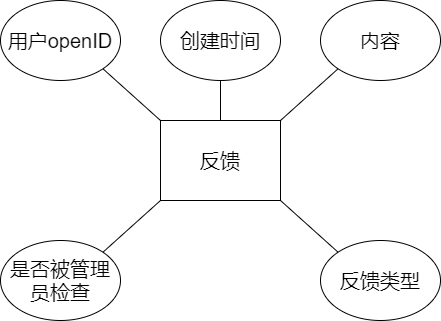
Before: database-er/table.feedback.drawio.png, a diagram exported from draw.io (Jater0/Graduation). Source tidied: cells renumbered, new cells last; positions are measured from the earlier drawing's top-left corner, leaving out a move shared by most shapes.
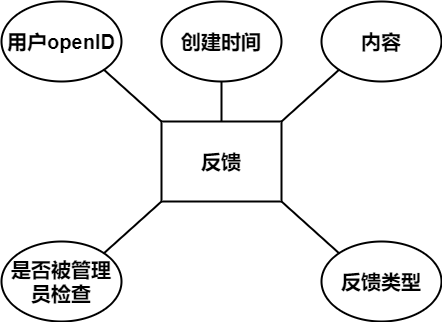
The same diagram one commit later.

Diff of the diagram source:
```diff
@@ -2,37 +2,37 @@
   <root>
     <mxCell id="0" />
     <mxCell id="1" parent="0" />
-    <mxCell id="2" value="反馈" style="rounded=0;whiteSpace=wrap;html=1;fontSize=20;" parent="1" vertex="1">
+    <mxCell id="2" value="反馈" style="rounded=0;whiteSpace=wrap;html=1;fontSize=20;fontStyle=1;strokeWidth=2;" parent="1" vertex="1">
       <mxGeometry x="160" y="120" width="120" height="80" as="geometry" />
     </mxCell>
-    <mxCell id="3" value="用户openID" style="ellipse;whiteSpace=wrap;html=1;fontSize=20;" parent="1" vertex="1">
+    <mxCell id="3" value="用户openID" style="ellipse;whiteSpace=wrap;html=1;fontSize=20;fontStyle=1;strokeWidth=2;" parent="1" vertex="1">
       <mxGeometry width="120" height="80" as="geometry" />
     </mxCell>
-    <mxCell id="4" value="内容" style="ellipse;whiteSpace=wrap;html=1;fontSize=20;" parent="1" vertex="1">
+    <mxCell id="4" value="内容" style="ellipse;whiteSpace=wrap;html=1;fontSize=20;fontStyle=1;strokeWidth=2;" parent="1" vertex="1">
       <mxGeometry x="320" width="120" height="80" as="geometry" />
     </mxCell>
-    <mxCell id="5" value="是否被管理员检查" style="ellipse;whiteSpace=wrap;html=1;fontSize=20;" parent="1" vertex="1">
+    <mxCell id="5" value="是否被管理员检查" style="ellipse;whiteSpace=wrap;html=1;fontSize=20;fontStyle=1;strokeWidth=2;" parent="1" vertex="1">
       <mxGeometry y="240" width="120" height="80" as="geometry" />
     </mxCell>
-    <mxCell id="6" style="endArrow=none;html=1;fontSize=20;entryX=0;entryY=1;entryDx=0;entryDy=0;exitX=1;exitY=0;exitDx=0;exitDy=0;" parent="1" edge="1" source="2" target="4">
+    <mxCell id="6" style="endArrow=none;html=1;fontSize=20;entryX=0;entryY=1;entryDx=0;entryDy=0;exitX=1;exitY=0;exitDx=0;exitDy=0;fontStyle=1;strokeWidth=2;" parent="1" edge="1" source="2" target="4">
       <mxGeometry relative="1" as="geometry" />
     </mxCell>
-    <mxCell id="7" style="endArrow=none;html=1;fontSize=20;entryX=0;entryY=1;entryDx=0;entryDy=0;exitX=1;exitY=0;exitDx=0;exitDy=0;" parent="1" edge="1" source="5" target="2">
+    <mxCell id="7" style="endArrow=none;html=1;fontSize=20;entryX=0;entryY=1;entryDx=0;entryDy=0;exitX=1;exitY=0;exitDx=0;exitDy=0;fontStyle=1;strokeWidth=2;" parent="1" edge="1" source="5" target="2">
       <mxGeometry relative="1" as="geometry" />
     </mxCell>
-    <mxCell id="8" style="endArrow=none;html=1;fontSize=20;entryX=1;entryY=1;entryDx=0;entryDy=0;exitX=0;exitY=0;exitDx=0;exitDy=0;" parent="1" edge="1" source="2" target="3">
+    <mxCell id="8" style="endArrow=none;html=1;fontSize=20;entryX=1;entryY=1;entryDx=0;entryDy=0;exitX=0;exitY=0;exitDx=0;exitDy=0;fontStyle=1;strokeWidth=2;" parent="1" edge="1" source="2" target="3">
       <mxGeometry relative="1" as="geometry" />
     </mxCell>
-    <mxCell id="9" value="反馈类型" style="ellipse;whiteSpace=wrap;html=1;fontSize=20;" parent="1" vertex="1">
+    <mxCell id="9" value="反馈类型" style="ellipse;whiteSpace=wrap;html=1;fontSize=20;fontStyle=1;strokeWidth=2;" parent="1" vertex="1">
       <mxGeometry x="320" y="240" width="120" height="80" as="geometry" />
     </mxCell>
-    <mxCell id="10" value="创建时间" style="ellipse;whiteSpace=wrap;html=1;fontSize=20;" parent="1" vertex="1">
+    <mxCell id="10" value="创建时间" style="ellipse;whiteSpace=wrap;html=1;fontSize=20;fontStyle=1;strokeWidth=2;" parent="1" vertex="1">
       <mxGeometry x="160" width="120" height="80" as="geometry" />
     </mxCell>
-    <mxCell id="11" style="endArrow=none;html=1;fontSize=20;entryX=0;entryY=0;entryDx=0;entryDy=0;exitX=1;exitY=1;exitDx=0;exitDy=0;" parent="1" edge="1" source="2" target="9">
+    <mxCell id="11" style="endArrow=none;html=1;fontSize=20;entryX=0;entryY=0;entryDx=0;entryDy=0;exitX=1;exitY=1;exitDx=0;exitDy=0;fontStyle=1;strokeWidth=2;" parent="1" edge="1" source="2" target="9">
       <mxGeometry relative="1" as="geometry" />
     </mxCell>
-    <mxCell id="12" style="endArrow=none;html=1;fontSize=20;entryX=0.5;entryY=1;entryDx=0;entryDy=0;exitX=0.5;exitY=0;exitDx=0;exitDy=0;" parent="1" edge="1" source="2" target="10">
+    <mxCell id="12" style="endArrow=none;html=1;fontSize=20;entryX=0.5;entryY=1;entryDx=0;entryDy=0;exitX=0.5;exitY=0;exitDx=0;exitDy=0;fontStyle=1;strokeWidth=2;" parent="1" edge="1" source="2" target="10">
       <mxGeometry relative="1" as="geometry" />
     </mxCell>
   </root>
```
